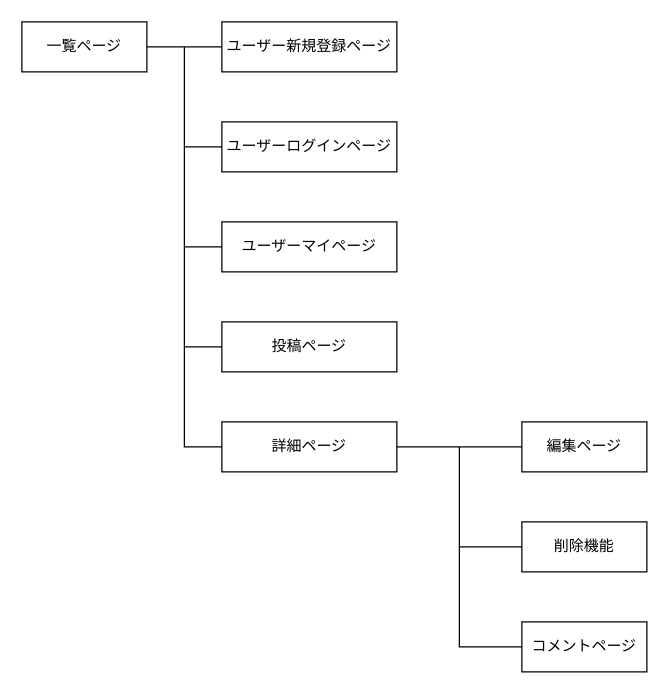
gi-hagi/insurance keeps this draw.io diagram as insuranceroutes.dio. Above is the earlier version. Source tidied: cells renumbered, new cells numbered last; positions are measured from the earlier drawing's top-left corner, leaving out a move shared by most shapes. Both pictures are drawn from the tidied source at 125%, with x=0, y=0 at pixel (21, 21).
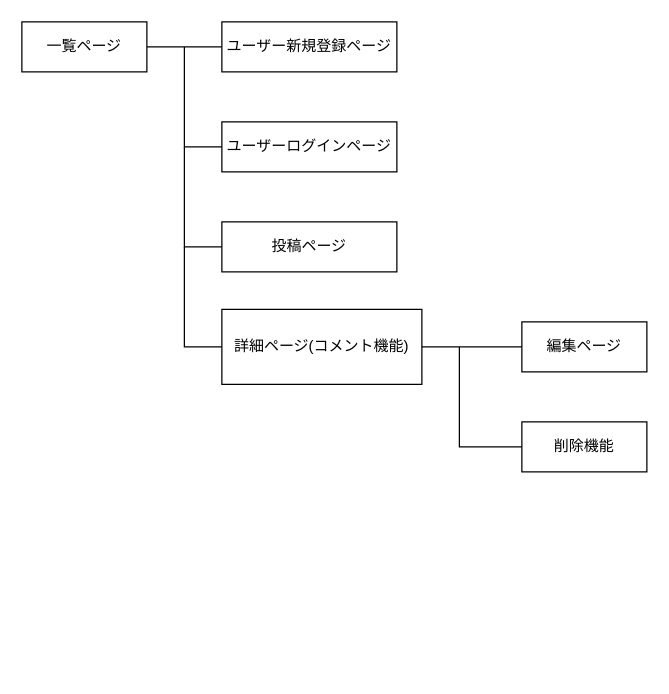
After the change.

What changed in the source:
```diff
@@
-    <mxCell id="6" value="ユーザーマイページ" style="whiteSpace=wrap;html=1;align=center;" parent="1" vertex="1">
-      <mxGeometry x="160" y="160" width="140" height="40" as="geometry" />
-    </mxCell>
     <mxCell id="7" value="投稿ページ" style="whiteSpace=wrap;html=1;align=center;" parent="1" vertex="1">
-      <mxGeometry x="160" y="240" width="140" height="40" as="geometry" />
+      <mxGeometry x="160" y="160" width="140" height="40" as="geometry" />
     </mxCell>
-    <mxCell id="8" value="詳細ページ" style="whiteSpace=wrap;html=1;align=center;" parent="1" vertex="1">
-      <mxGeometry x="160" y="320" width="140" height="40" as="geometry" />
+    <mxCell id="8" value="詳細ページ(コメント機能)" style="whiteSpace=wrap;html=1;align=center;" parent="1" vertex="1">
+      <mxGeometry x="160" y="230" width="160" height="60" as="geometry" />
     </mxCell>
@@
-    <mxCell id="10" style="endArrow=none;html=1;rounded=0;entryX=0;entryY=0.5;entryDx=0;entryDy=0;" parent="1" edge="1" target="6">
+    <mxCell id="10" style="endArrow=none;html=1;rounded=0;entryX=0;entryY=0.5;entryDx=0;entryDy=0;" parent="1" edge="1">
       <mxGeometry relative="1" as="geometry">
         <mxPoint x="130" y="100" as="sourcePoint" />
+        <mxPoint x="160" y="180" as="targetPoint" />
         <Array as="points">
           <mxPoint x="130" y="180" />
         </Array>
       </mxGeometry>
     </mxCell>
-    <mxCell id="11" style="endArrow=none;html=1;rounded=0;entryX=0;entryY=0.5;entryDx=0;entryDy=0;" parent="1" edge="1" target="7">
-      <mxGeometry relative="1" as="geometry">
-        <mxPoint x="130" y="180" as="sourcePoint" />
-        <Array as="points">
-          <mxPoint x="130" y="260" />
-        </Array>
-      </mxGeometry>
-    </mxCell>
     <mxCell id="12" style="endArrow=none;html=1;rounded=0;entryX=0;entryY=0.5;entryDx=0;entryDy=0;" parent="1" edge="1" target="8">
       <mxGeometry relative="1" as="geometry">
-        <mxPoint x="130" y="260" as="sourcePoint" />
+        <mxPoint x="130" y="180" as="sourcePoint" />
         <Array as="points">
-          <mxPoint x="130" y="340" />
+          <mxPoint x="130" y="260" />
         </Array>
       </mxGeometry>
     </mxCell>
     <mxCell id="13" value="編集ページ" style="whiteSpace=wrap;html=1;align=center;" parent="1" vertex="1">
-      <mxGeometry x="400" y="320" width="100" height="40" as="geometry" />
+      <mxGeometry x="400" y="240" width="100" height="40" as="geometry" />
     </mxCell>
     <mxCell id="14" value="削除機能" style="whiteSpace=wrap;html=1;align=center;" parent="1" vertex="1">
-      <mxGeometry x="400" y="400" width="100" height="40" as="geometry" />
+      <mxGeometry x="400" y="320" width="100" height="40" as="geometry" />
     </mxCell>
@@
     <mxCell id="16" style="endArrow=none;html=1;rounded=0;entryX=0;entryY=0.5;entryDx=0;entryDy=0;" parent="1" edge="1" target="14">
       <mxGeometry relative="1" as="geometry">
-        <mxPoint x="350" y="340" as="sourcePoint" />
+        <mxPoint x="350" y="260" as="sourcePoint" />
         <Array as="points">
-          <mxPoint x="350" y="420" />
+          <mxPoint x="350" y="340" />
         </Array>
       </mxGeometry>
     </mxCell>
-    <mxCell id="17" value="コメントページ" style="whiteSpace=wrap;html=1;align=center;" parent="1" vertex="1">
-      <mxGeometry x="400" y="480" width="100" height="40" as="geometry" />
-    </mxCell>
-    <mxCell id="18" style="endArrow=none;html=1;rounded=0;entryX=0;entryY=0.5;entryDx=0;entryDy=0;" parent="1" edge="1" target="17">
-      <mxGeometry relative="1" as="geometry">
-        <mxPoint x="350" y="420" as="sourcePoint" />
-        <Array as="points">
-          <mxPoint x="350" y="500" />
-        </Array>
-      </mxGeometry>
-    </mxCell>
```
